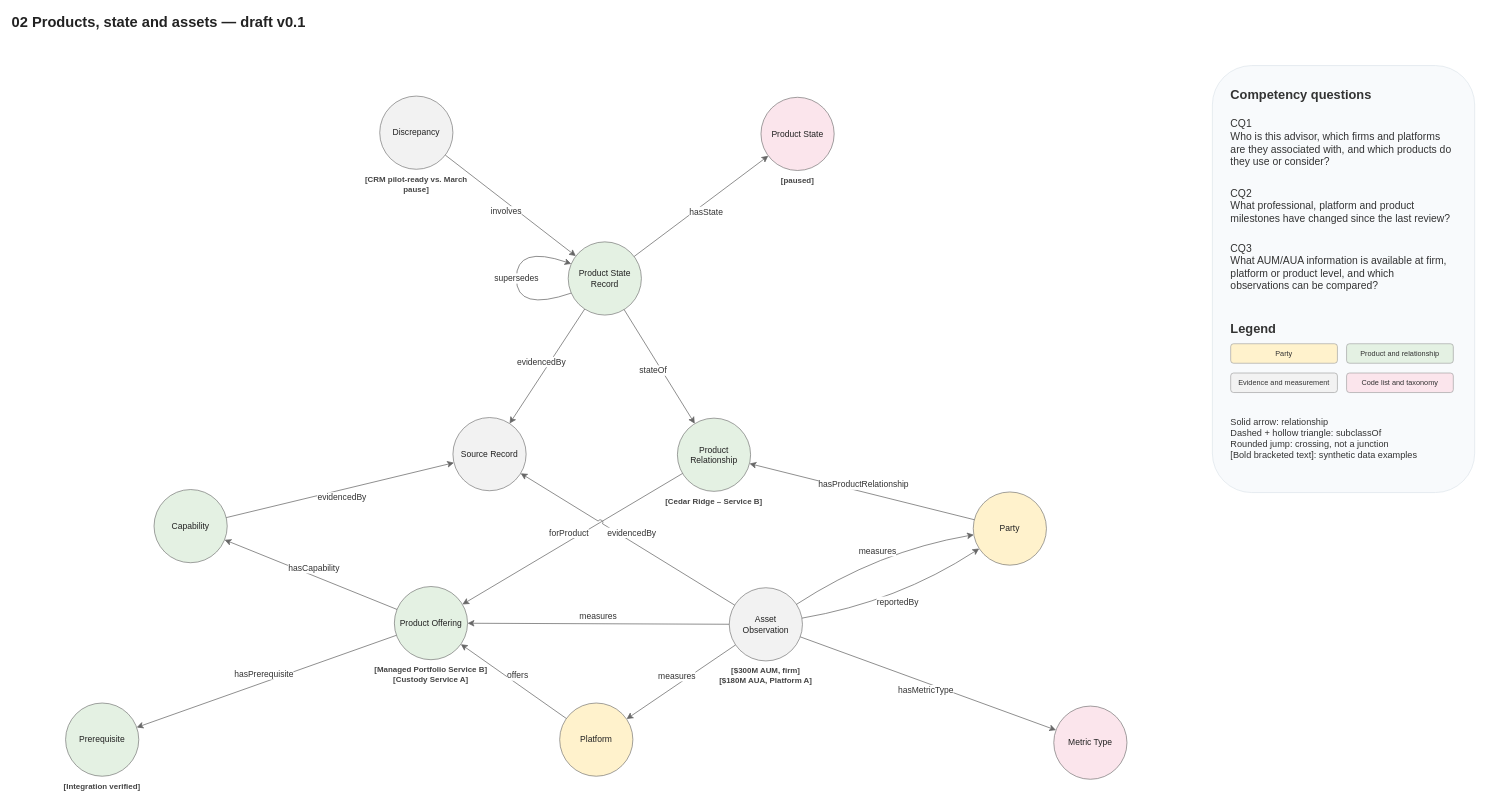
Above: page "02 Products, state and assets" (3 of 5) of solution/model/aai-model.drawio in ssfd7/advisor-account-intelligence (draw.io), before the change. Source tidied: cells renumbered, new cells numbered last; positions are measured from the earlier drawing's top-left corner, leaving out a move shared by most shapes. Both pictures are drawn from the tidied source at 61%, with x=0, y=0 at pixel (10, 10).
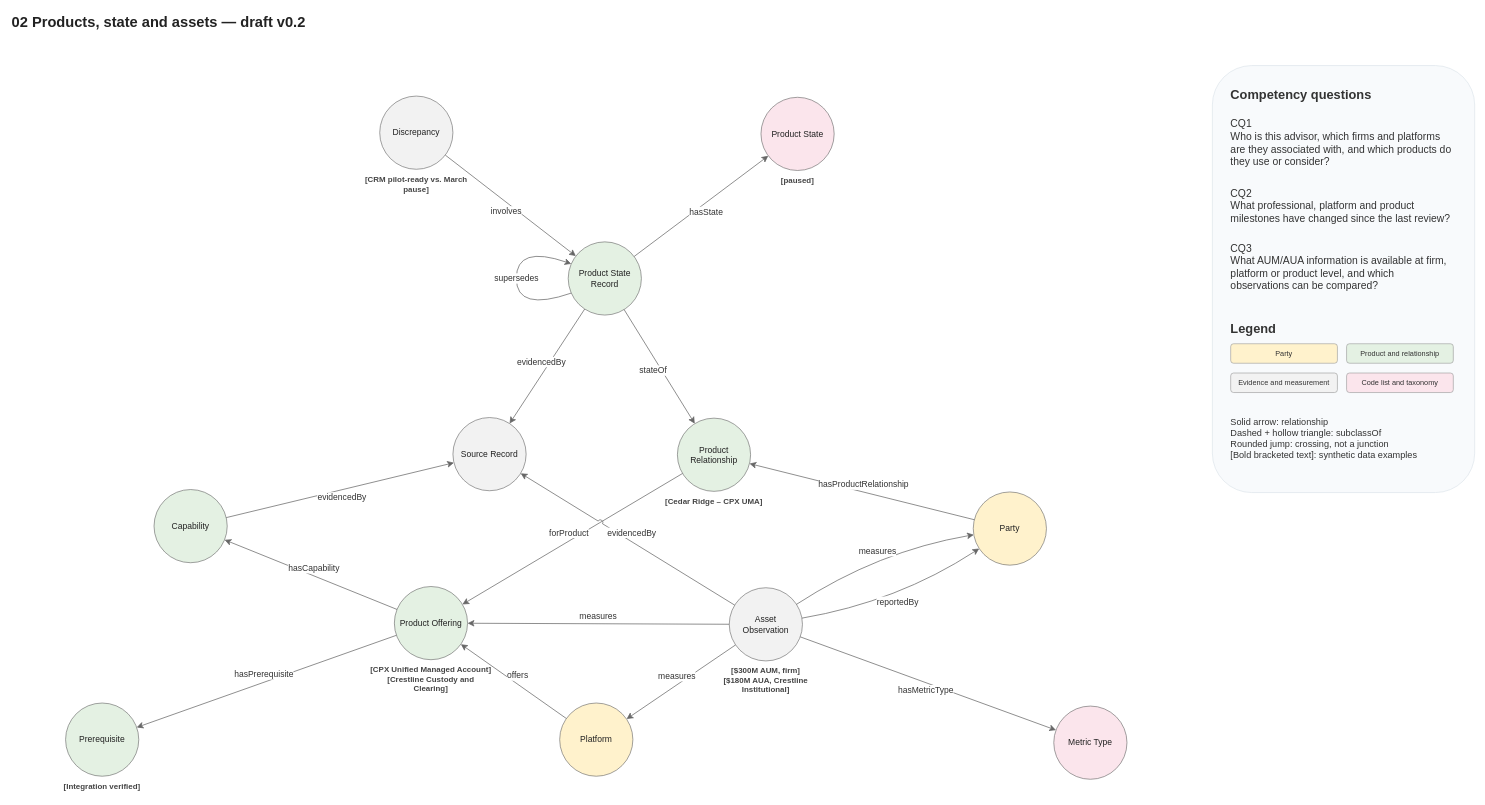
Above is the later version.

Diff of the diagram source:
```diff
@@
-    <mxCell id="2" value="02 Products, state and assets — draft v0.1" style="shape=label;fillColor=none;strokeColor=none;html=1;align=left;fontSize=24;fontStyle=1;fontColor=#222222;" parent="1" vertex="1">
+    <mxCell id="2" value="02 Products, state and assets — draft v0.2" style="shape=label;fillColor=none;strokeColor=none;html=1;align=left;fontSize=24;fontStyle=1;fontColor=#222222;" parent="1" vertex="1">
       <mxGeometry width="1700" height="40" as="geometry" />
     </mxCell>
@@
-    <mxCell id="6" value="[Managed Portfolio Service B]&#10;[Custody Service A]" style="shape=label;html=0;whiteSpace=wrap;fillColor=none;strokeColor=none;fontSize=13;fontStyle=1;fontColor=#444444;align=center;verticalAlign=top;spacing=0;" parent="1" vertex="1">
+    <mxCell id="6" value="[CPX Unified Managed Account]&#10;[Crestline Custody and Clearing]" style="shape=label;html=0;whiteSpace=wrap;fillColor=none;strokeColor=none;fontSize=13;fontStyle=1;fontColor=#444444;align=center;verticalAlign=top;spacing=0;" parent="1" vertex="1">
       <mxGeometry x="589" y="1068" width="200" height="46" as="geometry" />
     </mxCell>
@@
-    <mxCell id="11" value="[Cedar Ridge – Service B]" style="shape=label;html=0;whiteSpace=wrap;fillColor=none;strokeColor=none;fontSize=13;fontStyle=1;fontColor=#444444;align=center;verticalAlign=top;spacing=0;" parent="1" vertex="1">
+    <mxCell id="11" value="[Cedar Ridge – CPX UMA]" style="shape=label;html=0;whiteSpace=wrap;fillColor=none;strokeColor=none;fontSize=13;fontStyle=1;fontColor=#444444;align=center;verticalAlign=top;spacing=0;" parent="1" vertex="1">
       <mxGeometry x="1053" y="792" width="200" height="26" as="geometry" />
     </mxCell>
@@
-    <mxCell id="18" value="[$300M AUM, firm]&#10;[$180M AUA, Platform A]" style="shape=label;html=0;whiteSpace=wrap;fillColor=none;strokeColor=none;fontSize=13;fontStyle=1;fontColor=#444444;align=center;verticalAlign=top;spacing=0;" parent="1" vertex="1">
+    <mxCell id="18" value="[$300M AUM, firm]&#10;[$180M AUA, Crestline Institutional]" style="shape=label;html=0;whiteSpace=wrap;fillColor=none;strokeColor=none;fontSize=13;fontStyle=1;fontColor=#444444;align=center;verticalAlign=top;spacing=0;" parent="1" vertex="1">
       <mxGeometry x="1138" y="1070" width="200" height="46" as="geometry" />
     </mxCell>
```
